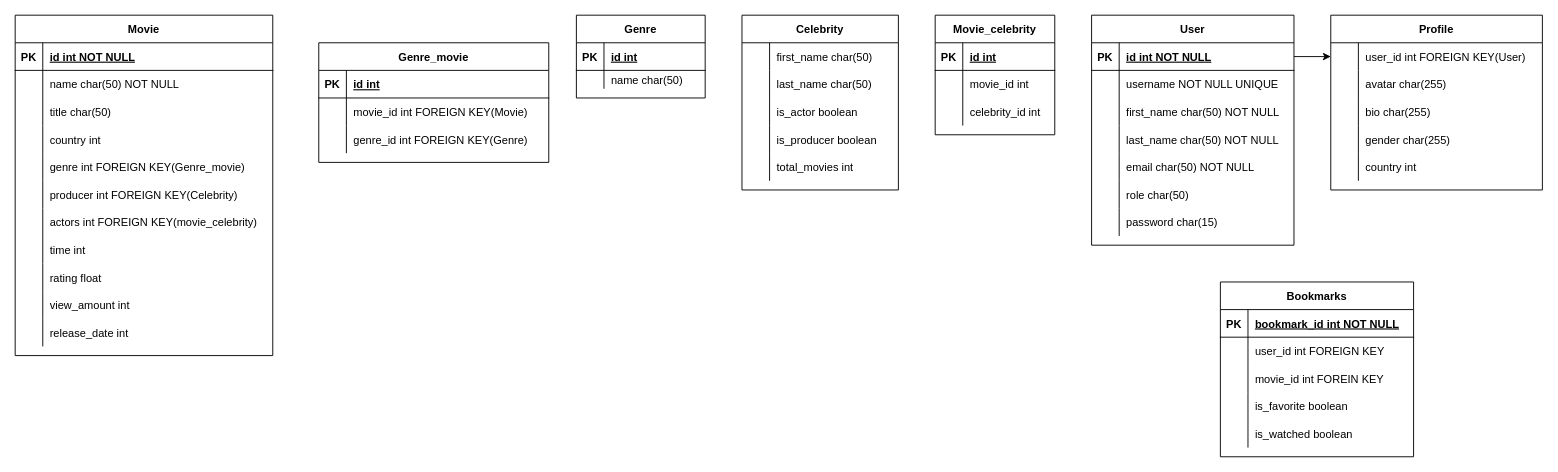
This is entity relationship diagram.drawio from DauletKalesh/Golang_project, a draw.io file, before an edit. Source tidied: cells renumbered, new cells numbered last; positions are measured from the earlier drawing's top-left corner, leaving out a move shared by most shapes. Both pictures are drawn from the tidied source at 92%, with x=0, y=0 at pixel (15, 15).
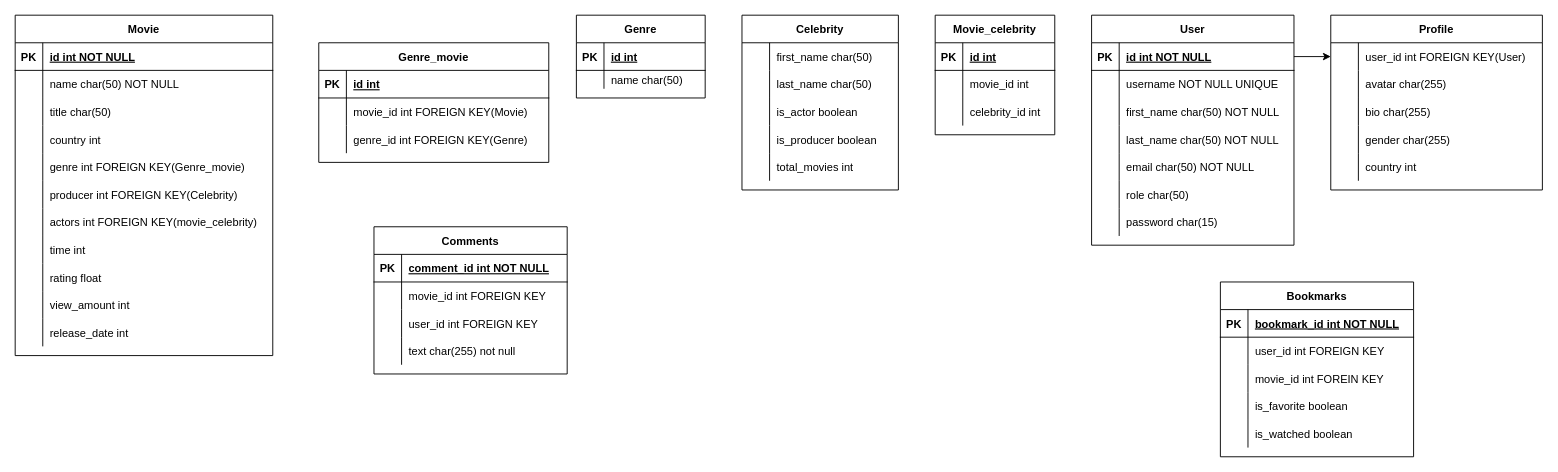
The same diagram, later.

The edit, as a diff of the source:
```diff
@@
+    <mxCell id="134" value="Comments" style="shape=table;startSize=30;childLayout=tableLayout;rowLines=0;fontStyle=1;align=center;" parent="1" vertex="1">
+      <mxGeometry x="390" y="230" width="210" height="160" as="geometry" />
+    </mxCell>
+    <mxCell id="135" style="shape=tableRow;horizontal=0;startSize=0;swimlaneHead=0;swimlaneBody=0;fillColor=none;top=0;left=0;right=0;bottom=1;" parent="134" vertex="1">
+      <mxGeometry y="30" width="210" height="30" as="geometry" />
+    </mxCell>
+    <mxCell id="136" value="PK" style="shape=partialRectangle;overflow=hidden;fillColor=none;top=0;left=0;bottom=0;right=0;fontStyle=1;" parent="135" vertex="1">
+      <mxGeometry width="30" height="30" as="geometry" />
+    </mxCell>
+    <mxCell id="137" value="comment_id int NOT NULL " style="shape=partialRectangle;overflow=hidden;fillColor=none;align=left;top=0;left=0;bottom=0;right=0;spacingLeft=6;fontStyle=5;" parent="135" vertex="1">
+      <mxGeometry x="30" width="180" height="30" as="geometry" />
+    </mxCell>
+    <mxCell id="138" style="shape=tableRow;horizontal=0;startSize=0;swimlaneHead=0;swimlaneBody=0;fillColor=none;top=0;left=0;right=0;bottom=0;" parent="134" vertex="1">
+      <mxGeometry y="60" width="210" height="30" as="geometry" />
+    </mxCell>
+    <mxCell id="139" style="shape=partialRectangle;overflow=hidden;fillColor=none;top=0;left=0;bottom=0;right=0;" parent="138" vertex="1">
+      <mxGeometry width="30" height="30" as="geometry" />
+    </mxCell>
+    <mxCell id="140" value="movie_id int FOREIGN KEY" style="shape=partialRectangle;overflow=hidden;fillColor=none;align=left;top=0;left=0;bottom=0;right=0;spacingLeft=6;" parent="138" vertex="1">
+      <mxGeometry x="30" width="180" height="30" as="geometry" />
+    </mxCell>
+    <mxCell id="141" style="shape=tableRow;horizontal=0;startSize=0;swimlaneHead=0;swimlaneBody=0;fillColor=none;top=0;left=0;right=0;bottom=0;" parent="134" vertex="1">
+      <mxGeometry y="90" width="210" height="30" as="geometry" />
+    </mxCell>
+    <mxCell id="142" style="shape=partialRectangle;overflow=hidden;fillColor=none;top=0;left=0;bottom=0;right=0;" parent="141" vertex="1">
+      <mxGeometry width="30" height="30" as="geometry" />
+    </mxCell>
+    <mxCell id="143" value="user_id int FOREIGN KEY" style="shape=partialRectangle;overflow=hidden;fillColor=none;align=left;top=0;left=0;bottom=0;right=0;spacingLeft=6;" parent="141" vertex="1">
+      <mxGeometry x="30" width="180" height="30" as="geometry" />
+    </mxCell>
+    <mxCell id="144" style="shape=tableRow;horizontal=0;startSize=0;swimlaneHead=0;swimlaneBody=0;fillColor=none;top=0;left=0;right=0;bottom=0;" parent="134" vertex="1">
+      <mxGeometry y="120" width="210" height="30" as="geometry" />
+    </mxCell>
+    <mxCell id="145" style="shape=partialRectangle;overflow=hidden;fillColor=none;top=0;left=0;bottom=0;right=0;" parent="144" vertex="1">
+      <mxGeometry width="30" height="30" as="geometry" />
+    </mxCell>
+    <mxCell id="146" value="text char(255) not null" style="shape=partialRectangle;overflow=hidden;fillColor=none;align=left;top=0;left=0;bottom=0;right=0;spacingLeft=6;" parent="144" vertex="1">
+      <mxGeometry x="30" width="180" height="30" as="geometry" />
+    </mxCell>
```
